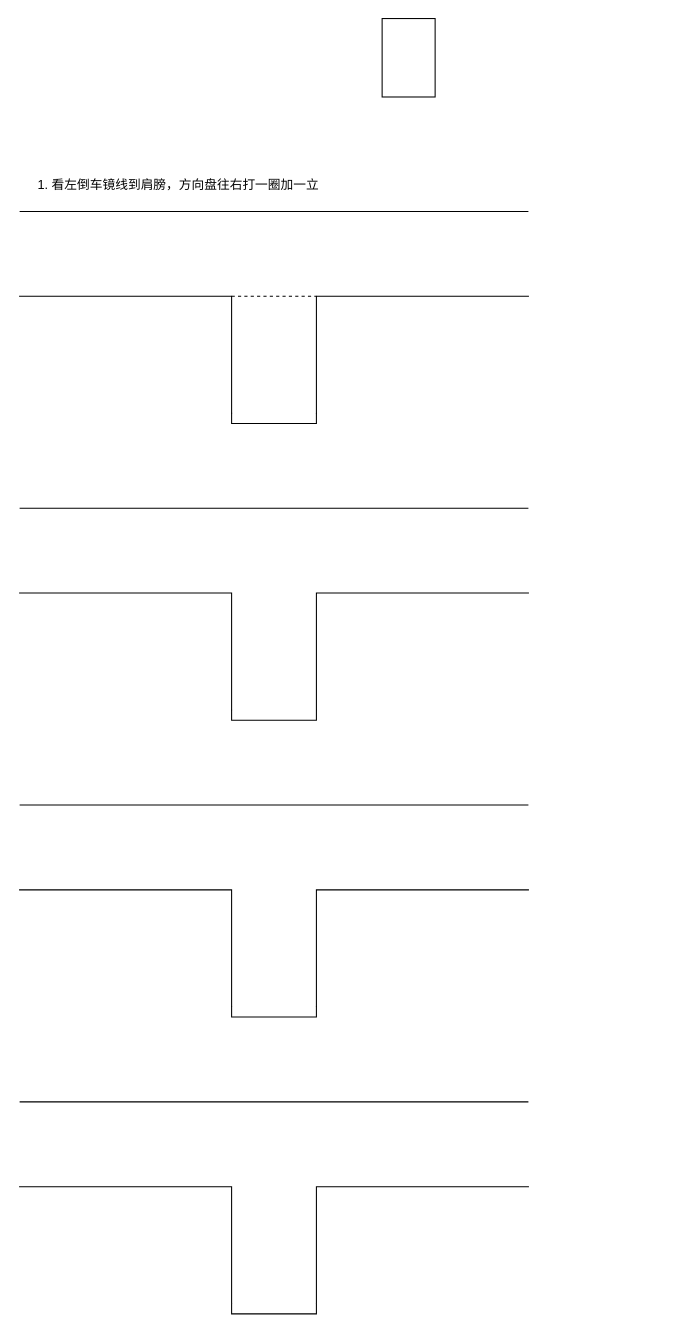
The draw.io diagram 倒车入库.drawio in liaihui666/sayhello, before the edit. Source tidied: cells renumbered, new cells numbered last; positions are measured from the earlier drawing's top-left corner, leaving out a move shared by most shapes. Both pictures are drawn from the tidied source at 106%, with x=0, y=0 at pixel (19, 31).
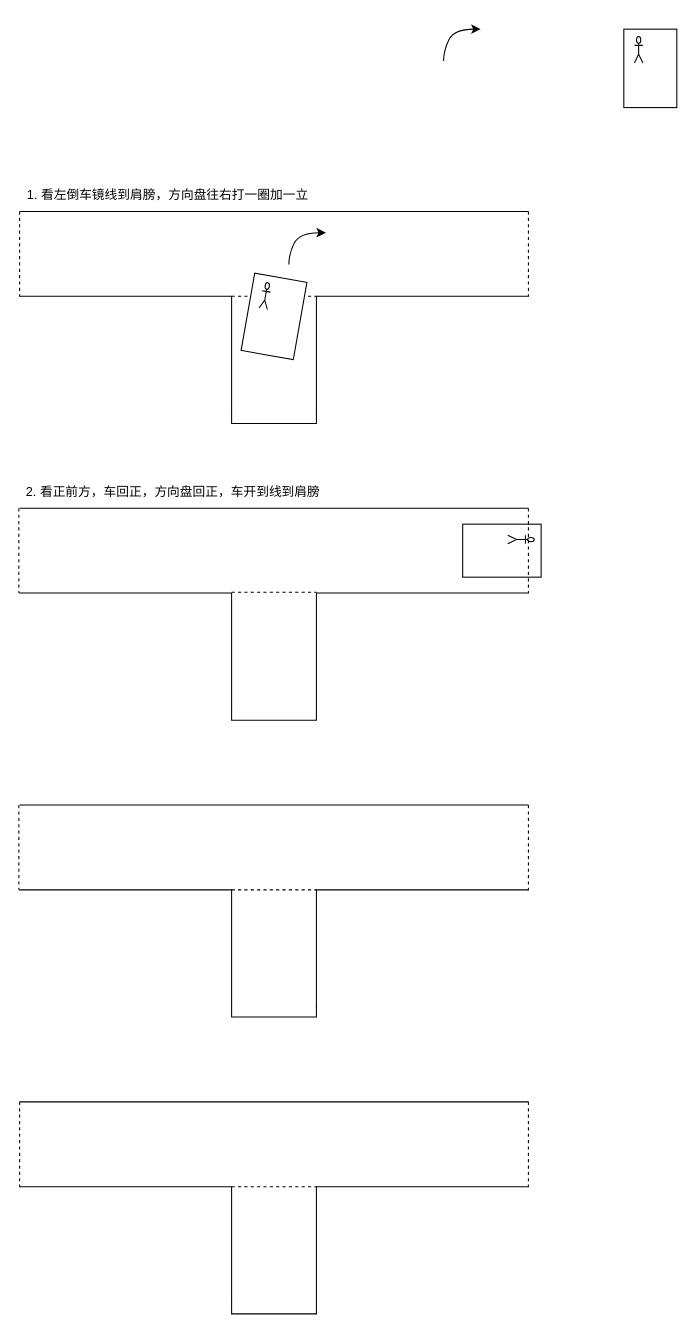
The same page after the edit.

Commit message (it also covers changes not shown here):
更新倒车入库.drawio

The change refers to these unchanged cells:
```xml
<mxCell id="2" style="shape=partialRectangle;whiteSpace=wrap;html=1;bottom=0;right=0;fillColor=none;" parent="1" vertex="1">
  <mxGeometry x="280" y="250" width="200" height="110" as="geometry" />
</mxCell>
```

Diff of the diagram source:
```diff
@@
     <mxCell id="18" value="1. 看左倒车镜线到肩膀，方向盘往右打一圈加一立" style="text;html=1;strokeColor=none;fillColor=none;align=center;verticalAlign=middle;whiteSpace=wrap;rounded=0;" parent="1" vertex="1">
-      <mxGeometry x="10" y="130" width="280" height="30" as="geometry" />
+      <mxGeometry y="140" width="280" height="30" as="geometry" />
     </mxCell>
-    <mxCell id="19" style="rounded=0;whiteSpace=wrap;html=1;rotation=90;" parent="1" vertex="1">
-      <mxGeometry x="330" width="74" height="50" as="geometry" />
-    </mxCell>
@@
+    <mxCell id="21" style="group;rotation=10;" parent="1" vertex="1">
+      <mxGeometry x="215" y="232" width="50" height="74" as="geometry" />
+    </mxCell>
+    <mxCell id="22" style="rounded=0;whiteSpace=wrap;html=1;rotation=100;" parent="21" vertex="1">
+      <mxGeometry x="-12" y="12" width="74" height="50" as="geometry" />
+    </mxCell>
+    <mxCell id="23" style="shape=umlActor;verticalLabelPosition=bottom;verticalAlign=top;html=1;rotation=10;" parent="21" vertex="1">
+      <mxGeometry x="13" y="5" width="8" height="25" as="geometry" />
+    </mxCell>
+    <mxCell id="24" style="group;" parent="1" vertex="1">
+      <mxGeometry x="570" y="-2" width="50" height="74" as="geometry" />
+    </mxCell>
+    <mxCell id="25" style="rounded=0;whiteSpace=wrap;html=1;rotation=90;" parent="24" vertex="1">
+      <mxGeometry x="-12" y="12" width="74" height="50" as="geometry" />
+    </mxCell>
+    <mxCell id="26" style="shape=umlActor;verticalLabelPosition=bottom;verticalAlign=top;html=1;" parent="24" vertex="1">
+      <mxGeometry x="10" y="7" width="8" height="25" as="geometry" />
+    </mxCell>
+    <mxCell id="27" style="curved=1;endArrow=classic;html=1;rounded=0;startSize=6;endSize=6;jumpSize=6;" parent="1" edge="1">
+      <mxGeometry relative="1" as="geometry">
+        <mxPoint x="254" y="220" as="sourcePoint" />
+        <mxPoint x="289" y="190" as="targetPoint" />
+        <Array as="points">
+          <mxPoint x="254" y="210" />
+          <mxPoint x="264" y="190" />
+        </Array>
+      </mxGeometry>
+    </mxCell>
+    <mxCell id="28" style="curved=1;endArrow=classic;html=1;rounded=0;startSize=6;endSize=6;jumpSize=6;" parent="1" edge="1">
+      <mxGeometry relative="1" as="geometry">
+        <mxPoint x="400" y="28" as="sourcePoint" />
+        <mxPoint x="435" y="-2" as="targetPoint" />
+        <Array as="points">
+          <mxPoint x="400" y="18" />
+          <mxPoint x="410" y="-2" />
+        </Array>
+      </mxGeometry>
+    </mxCell>
+    <mxCell id="29" value="2. 看正前方，车回正，方向盘回正，车开到线到肩膀" style="text;html=1;strokeColor=none;fillColor=none;align=center;verticalAlign=middle;whiteSpace=wrap;rounded=0;" parent="1" vertex="1">
+      <mxGeometry y="420" width="290" height="30" as="geometry" />
+    </mxCell>
+    <mxCell id="30" style="group;rotation=90;" parent="1" vertex="1">
+      <mxGeometry x="430" y="453" width="50" height="74" as="geometry" />
+    </mxCell>
+    <mxCell id="31" style="rounded=0;whiteSpace=wrap;html=1;rotation=180;" parent="30" vertex="1">
+      <mxGeometry x="-12" y="12" width="74" height="50" as="geometry" />
+    </mxCell>
+    <mxCell id="32" style="shape=umlActor;verticalLabelPosition=bottom;verticalAlign=top;html=1;rotation=90;" parent="30" vertex="1">
+      <mxGeometry x="39" y="14" width="8" height="25" as="geometry" />
+    </mxCell>
+    <mxCell id="33" style="endArrow=none;dashed=1;html=1;rounded=0;arcSize=20;endSize=6;startSize=6;jumpSize=6;entryX=1;entryY=0;entryDx=0;entryDy=0;" parent="1" edge="1" target="2">
+      <mxGeometry relative="1" as="geometry">
+        <mxPoint x="480" y="170" as="sourcePoint" />
+      </mxGeometry>
+    </mxCell>
+    <mxCell id="34" style="endArrow=none;dashed=1;html=1;rounded=0;arcSize=20;endSize=6;startSize=6;jumpSize=6;entryX=1;entryY=0;entryDx=0;entryDy=0;" parent="1" edge="1">
+      <mxGeometry relative="1" as="geometry">
+        <mxPoint y="170" as="sourcePoint" />
+        <mxPoint y="250" as="targetPoint" />
+      </mxGeometry>
+    </mxCell>
+    <mxCell id="35" style="endArrow=none;dashed=1;html=1;rounded=0;arcSize=20;endSize=6;startSize=6;jumpSize=6;entryX=1;entryY=0;entryDx=0;entryDy=0;" parent="1" edge="1">
+      <mxGeometry relative="1" as="geometry">
+        <mxPoint x="480" y="450" as="sourcePoint" />
+        <mxPoint x="480" y="530" as="targetPoint" />
+      </mxGeometry>
+    </mxCell>
+    <mxCell id="36" style="endArrow=none;dashed=1;html=1;rounded=0;arcSize=20;endSize=6;startSize=6;jumpSize=6;entryX=1;entryY=0;entryDx=0;entryDy=0;" parent="1" edge="1">
+      <mxGeometry relative="1" as="geometry">
+        <mxPoint x="-0.7" y="450" as="sourcePoint" />
+        <mxPoint x="-0.7" y="530" as="targetPoint" />
+      </mxGeometry>
+    </mxCell>
+    <mxCell id="37" style="endArrow=none;dashed=1;html=1;rounded=0;arcSize=20;endSize=6;startSize=6;jumpSize=6;entryX=1;entryY=0;entryDx=0;entryDy=0;" parent="1" edge="1">
+      <mxGeometry relative="1" as="geometry">
+        <mxPoint x="480" y="730" as="sourcePoint" />
+        <mxPoint x="480" y="810" as="targetPoint" />
+      </mxGeometry>
+    </mxCell>
+    <mxCell id="38" style="endArrow=none;dashed=1;html=1;rounded=0;arcSize=20;endSize=6;startSize=6;jumpSize=6;entryX=1;entryY=0;entryDx=0;entryDy=0;" parent="1" edge="1">
+      <mxGeometry relative="1" as="geometry">
+        <mxPoint x="-0.7" y="730" as="sourcePoint" />
+        <mxPoint x="-0.7" y="810" as="targetPoint" />
+      </mxGeometry>
+    </mxCell>
+    <mxCell id="39" style="endArrow=none;dashed=1;html=1;rounded=0;arcSize=20;endSize=6;startSize=6;jumpSize=6;" parent="1" edge="1">
+      <mxGeometry relative="1" as="geometry">
+        <mxPoint x="200" y="529.3" as="sourcePoint" />
+        <mxPoint x="280" y="529.3" as="targetPoint" />
+      </mxGeometry>
+    </mxCell>
+    <mxCell id="40" style="endArrow=none;dashed=1;html=1;rounded=0;arcSize=20;endSize=6;startSize=6;jumpSize=6;" parent="1" edge="1">
+      <mxGeometry relative="1" as="geometry">
+        <mxPoint x="200" y="810" as="sourcePoint" />
+        <mxPoint x="280" y="810" as="targetPoint" />
+      </mxGeometry>
+    </mxCell>
+    <mxCell id="41" style="endArrow=none;dashed=1;html=1;rounded=0;arcSize=20;endSize=6;startSize=6;jumpSize=6;" parent="1" edge="1">
+      <mxGeometry relative="1" as="geometry">
+        <mxPoint x="200" y="1090" as="sourcePoint" />
+        <mxPoint x="280" y="1090" as="targetPoint" />
+      </mxGeometry>
+    </mxCell>
+    <mxCell id="42" style="endArrow=none;dashed=1;html=1;rounded=0;arcSize=20;endSize=6;startSize=6;jumpSize=6;entryX=1;entryY=0;entryDx=0;entryDy=0;" parent="1" edge="1">
+      <mxGeometry relative="1" as="geometry">
+        <mxPoint x="480" y="1010" as="sourcePoint" />
+        <mxPoint x="480" y="1090" as="targetPoint" />
+      </mxGeometry>
+    </mxCell>
+    <mxCell id="43" style="endArrow=none;dashed=1;html=1;rounded=0;arcSize=20;endSize=6;startSize=6;jumpSize=6;entryX=1;entryY=0;entryDx=0;entryDy=0;" parent="1" edge="1">
+      <mxGeometry relative="1" as="geometry">
+        <mxPoint y="1010" as="sourcePoint" />
+        <mxPoint y="1090" as="targetPoint" />
+      </mxGeometry>
+    </mxCell>
```
